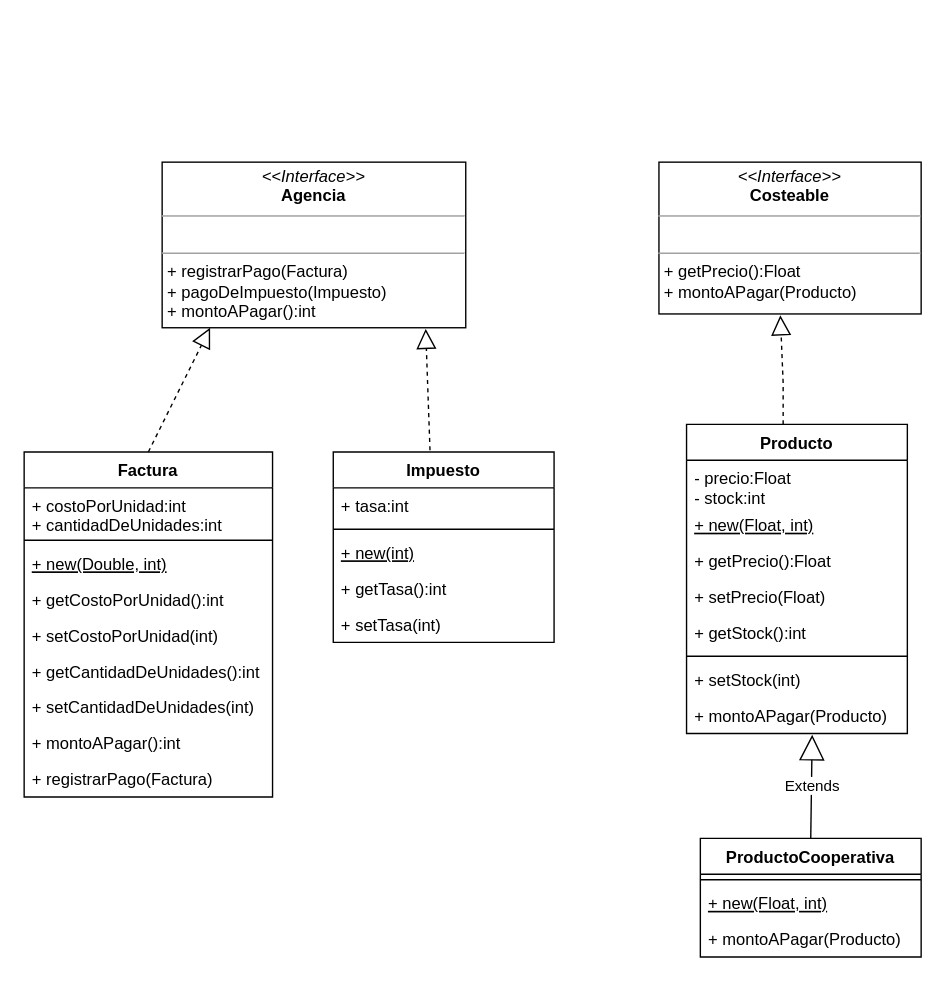
nhubczyk/Diagramas-UML keeps this draw.io diagram as unq-po2-tp5-mercadoCentral.drawio. Above is the earlier version. Source tidied: cells renumbered, new cells numbered last; positions are measured from the earlier drawing's top-left corner, leaving out a move shared by most shapes. Both pictures are drawn from the tidied source at 138%, with x=0, y=0 at pixel (23, 161).
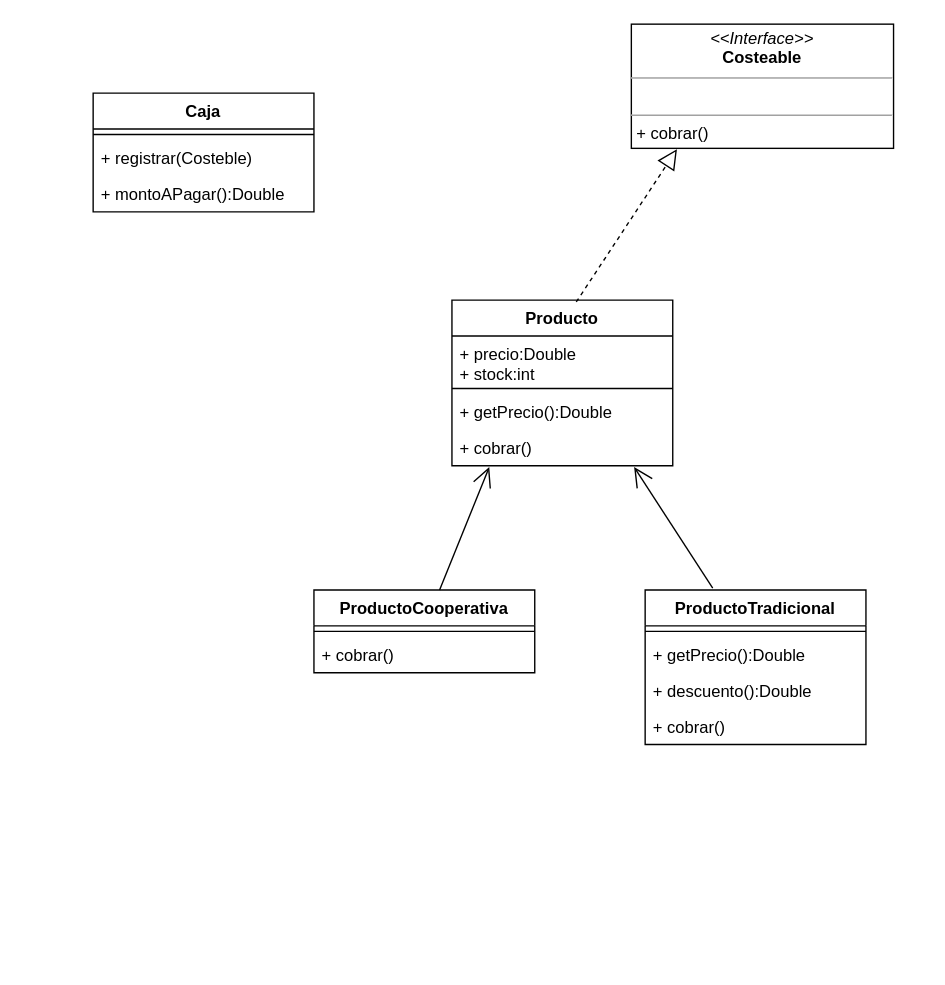
The same page after the edit.

What changed in the source:
```diff
@@
-    <mxCell id="2" value="Producto" style="swimlane;fontStyle=1;align=center;verticalAlign=top;horizontal=1;startSize=26;" parent="1" vertex="1">
-      <mxGeometry x="480" y="190" width="160" height="224" as="geometry" />
+    <mxCell id="2" value="Producto&#10;" style="swimlane;fontStyle=1;align=center;verticalAlign=top;horizontal=1;startSize=26;" parent="1" vertex="1">
+      <mxGeometry x="310" y="100" width="160" height="120" as="geometry" />
     </mxCell>
-    <mxCell id="3" value="- precio:Float&#10;- stock:int" style="text;strokeColor=none;fillColor=none;align=left;verticalAlign=top;spacingLeft=4;spacingRight=4;overflow=hidden;" parent="2" vertex="1">
-      <mxGeometry y="26" width="160" height="34" as="geometry" />
-    </mxCell>
-    <mxCell id="4" value="+ new(Float, int)" style="text;strokeColor=none;fillColor=none;align=left;verticalAlign=top;spacingLeft=4;spacingRight=4;overflow=hidden;fontStyle=4;" parent="2" vertex="1">
-      <mxGeometry y="60" width="160" height="26" as="geometry" />
-    </mxCell>
-    <mxCell id="5" value="+ getPrecio():Float" style="text;strokeColor=none;fillColor=none;align=left;verticalAlign=top;spacingLeft=4;spacingRight=4;overflow=hidden;fontStyle=0;" parent="2" vertex="1">
-      <mxGeometry y="86" width="160" height="26" as="geometry" />
-    </mxCell>
-    <mxCell id="6" value="+ setPrecio(Float)" style="text;strokeColor=none;fillColor=none;align=left;verticalAlign=top;spacingLeft=4;spacingRight=4;overflow=hidden;fontStyle=0;" parent="2" vertex="1">
-      <mxGeometry y="112" width="160" height="26" as="geometry" />
-    </mxCell>
-    <mxCell id="7" value="+ getStock():int" style="text;strokeColor=none;fillColor=none;align=left;verticalAlign=top;spacingLeft=4;spacingRight=4;overflow=hidden;fontStyle=0;" parent="2" vertex="1">
-      <mxGeometry y="138" width="160" height="26" as="geometry" />
-    </mxCell>
-    <mxCell id="8" style="line;strokeWidth=1;fillColor=none;align=left;verticalAlign=middle;spacingTop=-1;spacingLeft=3;spacingRight=3;labelPosition=right;strokeColor=inherit;" parent="2" vertex="1">
-      <mxGeometry y="164" width="160" height="8" as="geometry" />
-    </mxCell>
-    <mxCell id="9" value="+ setStock(int)" style="text;strokeColor=none;fillColor=none;align=left;verticalAlign=top;spacingLeft=4;spacingRight=4;overflow=hidden;fontStyle=0;" parent="2" vertex="1">
-      <mxGeometry y="172" width="160" height="26" as="geometry" />
-    </mxCell>
-    <mxCell id="10" value="+ montoAPagar(Producto)" style="text;strokeColor=none;fillColor=none;align=left;verticalAlign=top;spacingLeft=4;spacingRight=4;overflow=hidden;points=[[0,0.5],[1,0.5]];portConstraint=eastwest;fontStyle=0;" parent="2" vertex="1">
-      <mxGeometry y="198" width="160" height="26" as="geometry" />
-    </mxCell>
+    <mxCell id="37" value="+ precio:Double&#10;+ stock:int" style="text;strokeColor=none;fillColor=none;align=left;verticalAlign=top;spacingLeft=4;spacingRight=4;overflow=hidden;" parent="2" vertex="1">
+      <mxGeometry y="26" width="160" height="34" as="geometry" />
+    </mxCell>
+    <mxCell id="38" style="line;strokeWidth=1;fillColor=none;align=left;verticalAlign=middle;spacingTop=-1;spacingLeft=3;spacingRight=3;labelPosition=right;strokeColor=inherit;" parent="2" vertex="1">
+      <mxGeometry y="60" width="160" height="8" as="geometry" />
+    </mxCell>
+    <mxCell id="39" value="+ getPrecio():Double" style="text;strokeColor=none;fillColor=none;align=left;verticalAlign=top;spacingLeft=4;spacingRight=4;overflow=hidden;" parent="2" vertex="1">
+      <mxGeometry y="68" width="160" height="26" as="geometry" />
+    </mxCell>
+    <mxCell id="40" value="+ cobrar()" style="text;strokeColor=none;fillColor=none;align=left;verticalAlign=top;spacingLeft=4;spacingRight=4;overflow=hidden;points=[[0,0.5],[1,0.5]];portConstraint=eastwest;" parent="2" vertex="1">
+      <mxGeometry y="94" width="160" height="26" as="geometry" />
+    </mxCell>
+    <mxCell id="41" value="ProductoTradicional" style="swimlane;fontStyle=1;align=center;verticalAlign=top;horizontal=1;startSize=26;" parent="1" vertex="1">
+      <mxGeometry x="450" y="310" width="160" height="112" as="geometry" />
+    </mxCell>
+    <mxCell id="42" style="line;strokeWidth=1;fillColor=none;align=left;verticalAlign=middle;spacingTop=-1;spacingLeft=3;spacingRight=3;labelPosition=right;strokeColor=inherit;" parent="41" vertex="1">
+      <mxGeometry y="26" width="160" height="8" as="geometry" />
+    </mxCell>
+    <mxCell id="43" value="+ getPrecio():Double" style="text;strokeColor=none;fillColor=none;align=left;verticalAlign=top;spacingLeft=4;spacingRight=4;overflow=hidden;" parent="41" vertex="1">
+      <mxGeometry y="34" width="160" height="26" as="geometry" />
+    </mxCell>
+    <mxCell id="44" value="+ descuento():Double" style="text;strokeColor=none;fillColor=none;align=left;verticalAlign=top;spacingLeft=4;spacingRight=4;overflow=hidden;" parent="41" vertex="1">
+      <mxGeometry y="60" width="160" height="26" as="geometry" />
+    </mxCell>
+    <mxCell id="45" value="+ cobrar()" style="text;strokeColor=none;fillColor=none;align=left;verticalAlign=top;spacingLeft=4;spacingRight=4;overflow=hidden;" parent="41" vertex="1">
+      <mxGeometry y="86" width="160" height="26" as="geometry" />
+    </mxCell>
     <mxCell id="11" value="ProductoCooperativa" style="swimlane;fontStyle=1;align=center;verticalAlign=top;horizontal=1;startSize=26;" parent="1" vertex="1">
-      <mxGeometry x="490" y="490" width="160" height="86" as="geometry" />
+      <mxGeometry x="210" y="310" width="160" height="60" as="geometry" />
     </mxCell>
-    <mxCell id="12" style="line;strokeWidth=1;fillColor=none;align=left;verticalAlign=middle;spacingTop=-1;spacingLeft=3;spacingRight=3;labelPosition=right;strokeColor=inherit;" parent="11" vertex="1">
-      <mxGeometry y="26" width="160" height="8" as="geometry" />
-    </mxCell>
-    <mxCell id="13" value="+ new(Float, int)" style="text;strokeColor=none;fillColor=none;align=left;verticalAlign=top;spacingLeft=4;spacingRight=4;overflow=hidden;fontStyle=4;" parent="11" vertex="1">
-      <mxGeometry y="34" width="160" height="26" as="geometry" />
-    </mxCell>
-    <mxCell id="14" value="+ montoAPagar(Producto)" style="text;strokeColor=none;fillColor=none;align=left;verticalAlign=top;spacingLeft=4;spacingRight=4;overflow=hidden;fontStyle=0;" parent="11" vertex="1">
-      <mxGeometry y="60" width="160" height="26" as="geometry" />
-    </mxCell>
-    <mxCell id="15" value="Extends" style="endArrow=block;endSize=16;endFill=0;html=1;rounded=0;exitX=0.5;exitY=0;exitDx=0;exitDy=0;exitPerimeter=0;entryX=0.569;entryY=1.038;entryDx=0;entryDy=0;entryPerimeter=0;" parent="1" edge="1" source="11" target="10">
-      <mxGeometry relative="1" as="geometry" />
-    </mxCell>
-    <mxCell id="16" value="&lt;p style=&quot;margin:0px;margin-top:4px;text-align:center;&quot;&gt;&lt;i&gt;&amp;lt;&amp;lt;Interface&amp;gt;&amp;gt;&lt;/i&gt;&lt;br&gt;&lt;b&gt;Agencia&lt;/b&gt;&lt;/p&gt;&lt;hr size=&quot;1&quot;&gt;&lt;p style=&quot;margin:0px;margin-left:4px;&quot;&gt;&lt;br&gt;&lt;/p&gt;&lt;hr size=&quot;1&quot;&gt;&lt;p style=&quot;margin:0px;margin-left:4px;&quot;&gt;+ registrarPago(Factura)&lt;/p&gt;&lt;p style=&quot;margin:0px;margin-left:4px;&quot;&gt;+ pagoDeImpuesto(Impuesto)&lt;/p&gt;&lt;p style=&quot;margin:0px;margin-left:4px;&quot;&gt;+ montoAPagar():int&lt;br&gt;&lt;br&gt;&lt;/p&gt;" style="verticalAlign=top;align=left;overflow=fill;fontSize=12;fontFamily=Helvetica;html=1;" parent="1" vertex="1">
-      <mxGeometry x="100" width="220" height="120" as="geometry" />
-    </mxCell>
-    <mxCell id="17" value="Factura" style="swimlane;fontStyle=1;align=center;verticalAlign=top;horizontal=1;startSize=26;" parent="1" vertex="1">
-      <mxGeometry y="210" width="180" height="250" as="geometry" />
-    </mxCell>
-    <mxCell id="18" value="+ costoPorUnidad:int&#10;+ cantidadDeUnidades:int&#10;" style="text;strokeColor=none;fillColor=none;align=left;verticalAlign=top;spacingLeft=4;spacingRight=4;overflow=hidden;" parent="17" vertex="1">
-      <mxGeometry y="26" width="180" height="34" as="geometry" />
-    </mxCell>
-    <mxCell id="19" style="line;strokeWidth=1;fillColor=none;align=left;verticalAlign=middle;spacingTop=-1;spacingLeft=3;spacingRight=3;labelPosition=right;strokeColor=inherit;" parent="17" vertex="1">
-      <mxGeometry y="60" width="180" height="8" as="geometry" />
-    </mxCell>
-    <mxCell id="20" value="+ new(Double, int)" style="text;strokeColor=none;fillColor=none;align=left;verticalAlign=top;spacingLeft=4;spacingRight=4;overflow=hidden;fontStyle=4;" parent="17" vertex="1">
-      <mxGeometry y="68" width="180" height="26" as="geometry" />
-    </mxCell>
-    <mxCell id="21" value="+ getCostoPorUnidad():int&#10;" style="text;strokeColor=none;fillColor=none;align=left;verticalAlign=top;spacingLeft=4;spacingRight=4;overflow=hidden;" parent="17" vertex="1">
-      <mxGeometry y="94" width="180" height="26" as="geometry" />
-    </mxCell>
-    <mxCell id="22" value="+ setCostoPorUnidad(int)&#10;" style="text;strokeColor=none;fillColor=none;align=left;verticalAlign=top;spacingLeft=4;spacingRight=4;overflow=hidden;" parent="17" vertex="1">
-      <mxGeometry y="120" width="180" height="26" as="geometry" />
-    </mxCell>
-    <mxCell id="23" value="+ getCantidadDeUnidades():int&#10;" style="text;strokeColor=none;fillColor=none;align=left;verticalAlign=top;spacingLeft=4;spacingRight=4;overflow=hidden;" parent="17" vertex="1">
-      <mxGeometry y="146" width="180" height="26" as="geometry" />
-    </mxCell>
-    <mxCell id="24" value="+ setCantidadDeUnidades(int)&#10;" style="text;strokeColor=none;fillColor=none;align=left;verticalAlign=top;spacingLeft=4;spacingRight=4;overflow=hidden;" parent="17" vertex="1">
-      <mxGeometry y="172" width="180" height="26" as="geometry" />
-    </mxCell>
-    <mxCell id="25" value="+ montoAPagar():int" style="text;strokeColor=none;fillColor=none;align=left;verticalAlign=top;spacingLeft=4;spacingRight=4;overflow=hidden;" parent="17" vertex="1">
-      <mxGeometry y="198" width="180" height="26" as="geometry" />
-    </mxCell>
-    <mxCell id="26" value="+ registrarPago(Factura)" style="text;strokeColor=none;fillColor=none;align=left;verticalAlign=top;spacingLeft=4;spacingRight=4;overflow=hidden;" parent="17" vertex="1">
-      <mxGeometry y="224" width="180" height="26" as="geometry" />
-    </mxCell>
-    <mxCell id="27" style="endArrow=block;dashed=1;endFill=0;endSize=12;html=1;rounded=0;entryX=0.158;entryY=1;entryDx=0;entryDy=0;entryPerimeter=0;exitX=0.5;exitY=0;exitDx=0;exitDy=0;" parent="1" edge="1" source="17" target="16">
-      <mxGeometry relative="1" as="geometry" />
-    </mxCell>
-    <mxCell id="28" style="endArrow=block;dashed=1;endFill=0;endSize=12;html=1;rounded=0;exitX=0.588;exitY=-0.017;exitDx=0;exitDy=0;exitPerimeter=0;entryX=0.868;entryY=1.007;entryDx=0;entryDy=0;entryPerimeter=0;" parent="1" edge="1" target="16">
-      <mxGeometry relative="1" as="geometry">
-        <mxPoint x="294.1" y="208.8" as="sourcePoint" />
-      </mxGeometry>
-    </mxCell>
-    <mxCell id="29" value="Impuesto" style="swimlane;fontStyle=1;align=center;verticalAlign=top;horizontal=1;startSize=26;" parent="1" vertex="1">
-      <mxGeometry x="224" y="210" width="160" height="138" as="geometry" />
-    </mxCell>
-    <mxCell id="30" value="+ tasa:int" style="text;strokeColor=none;fillColor=none;align=left;verticalAlign=top;spacingLeft=4;spacingRight=4;overflow=hidden;" parent="29" vertex="1">
-      <mxGeometry y="26" width="160" height="26" as="geometry" />
-    </mxCell>
-    <mxCell id="31" style="line;strokeWidth=1;fillColor=none;align=left;verticalAlign=middle;spacingTop=-1;spacingLeft=3;spacingRight=3;labelPosition=right;strokeColor=inherit;" parent="29" vertex="1">
-      <mxGeometry y="52" width="160" height="8" as="geometry" />
-    </mxCell>
-    <mxCell id="32" value="+ new(int)" style="text;strokeColor=none;fillColor=none;align=left;verticalAlign=top;spacingLeft=4;spacingRight=4;overflow=hidden;fontStyle=4;" parent="29" vertex="1">
-      <mxGeometry y="60" width="160" height="26" as="geometry" />
-    </mxCell>
-    <mxCell id="33" value="+ getTasa():int" style="text;strokeColor=none;fillColor=none;align=left;verticalAlign=top;spacingLeft=4;spacingRight=4;overflow=hidden;" parent="29" vertex="1">
-      <mxGeometry y="86" width="160" height="26" as="geometry" />
-    </mxCell>
-    <mxCell id="34" value="+ setTasa(int)" style="text;strokeColor=none;fillColor=none;align=left;verticalAlign=top;spacingLeft=4;spacingRight=4;overflow=hidden;" parent="29" vertex="1">
-      <mxGeometry y="112" width="160" height="26" as="geometry" />
-    </mxCell>
-    <mxCell id="35" value="&lt;p style=&quot;margin:0px;margin-top:4px;text-align:center;&quot;&gt;&lt;i&gt;&amp;lt;&amp;lt;Interface&amp;gt;&amp;gt;&lt;/i&gt;&lt;br&gt;&lt;b&gt;Costeable&lt;/b&gt;&lt;/p&gt;&lt;hr size=&quot;1&quot;&gt;&lt;p style=&quot;margin:0px;margin-left:4px;&quot;&gt;&lt;br&gt;&lt;/p&gt;&lt;hr size=&quot;1&quot;&gt;&lt;p style=&quot;margin:0px;margin-left:4px;&quot;&gt;+ getPrecio():Float&lt;/p&gt;&lt;p style=&quot;margin:0px;margin-left:4px;&quot;&gt;+ montoAPagar(Producto)&lt;/p&gt;" style="verticalAlign=top;align=left;overflow=fill;fontSize=12;fontFamily=Helvetica;html=1;" parent="1" vertex="1">
-      <mxGeometry x="460" width="190" height="110" as="geometry" />
-    </mxCell>
-    <mxCell id="36" style="endArrow=block;dashed=1;endFill=0;endSize=12;html=1;rounded=0;entryX=0.463;entryY=1.009;entryDx=0;entryDy=0;entryPerimeter=0;" parent="1" edge="1" target="35">
-      <mxGeometry relative="1" as="geometry">
-        <mxPoint x="550" y="190" as="sourcePoint" />
-        <Array as="points">
-          <mxPoint x="550" y="160" />
-        </Array>
-      </mxGeometry>
-    </mxCell>
+    <mxCell id="46" style="line;strokeWidth=1;fillColor=none;align=left;verticalAlign=middle;spacingTop=-1;spacingLeft=3;spacingRight=3;labelPosition=right;strokeColor=inherit;" parent="11" vertex="1">
+      <mxGeometry y="26" width="160" height="8" as="geometry" />
+    </mxCell>
+    <mxCell id="47" value="+ cobrar()" style="text;strokeColor=none;fillColor=none;align=left;verticalAlign=top;spacingLeft=4;spacingRight=4;overflow=hidden;" parent="11" vertex="1">
+      <mxGeometry y="34" width="160" height="26" as="geometry" />
+    </mxCell>
+    <mxCell id="48" style="endArrow=open;endFill=1;endSize=12;html=1;rounded=0;exitX=0.569;exitY=0;exitDx=0;exitDy=0;exitPerimeter=0;entryX=0.169;entryY=1.038;entryDx=0;entryDy=0;entryPerimeter=0;" parent="1" edge="1" source="11" target="40">
+      <mxGeometry relative="1" as="geometry" />
+    </mxCell>
+    <mxCell id="49" style="endArrow=open;endFill=1;endSize=12;html=1;rounded=0;exitX=0.306;exitY=-0.012;exitDx=0;exitDy=0;exitPerimeter=0;entryX=0.825;entryY=1.038;entryDx=0;entryDy=0;entryPerimeter=0;" parent="1" edge="1" source="41" target="40">
+      <mxGeometry relative="1" as="geometry" />
+    </mxCell>
+    <mxCell id="50" value="&lt;p style=&quot;margin:0px;margin-top:4px;text-align:center;&quot;&gt;&lt;i&gt;&amp;lt;&amp;lt;Interface&amp;gt;&amp;gt;&lt;/i&gt;&lt;br&gt;&lt;b&gt;Costeable&lt;/b&gt;&lt;/p&gt;&lt;hr size=&quot;1&quot;&gt;&lt;p style=&quot;margin:0px;margin-left:4px;&quot;&gt;&lt;br&gt;&lt;/p&gt;&lt;hr size=&quot;1&quot;&gt;&lt;p style=&quot;margin:0px;margin-left:4px;&quot;&gt;+ cobrar()&lt;/p&gt;" style="verticalAlign=top;align=left;overflow=fill;fontSize=12;fontFamily=Helvetica;html=1;" parent="1" vertex="1">
+      <mxGeometry x="440" y="-100" width="190" height="90" as="geometry" />
+    </mxCell>
+    <mxCell id="51" value="Caja" style="swimlane;fontStyle=1;align=center;verticalAlign=top;horizontal=1;startSize=26;" parent="1" vertex="1">
+      <mxGeometry x="50" y="-50" width="160" height="86" as="geometry" />
+    </mxCell>
+    <mxCell id="52" style="line;strokeWidth=1;fillColor=none;align=left;verticalAlign=middle;spacingTop=-1;spacingLeft=3;spacingRight=3;labelPosition=right;strokeColor=inherit;" parent="51" vertex="1">
+      <mxGeometry y="26" width="160" height="8" as="geometry" />
+    </mxCell>
+    <mxCell id="53" value="+ registrar(Costeble)" style="text;strokeColor=none;fillColor=none;align=left;verticalAlign=top;spacingLeft=4;spacingRight=4;overflow=hidden;" parent="51" vertex="1">
+      <mxGeometry y="34" width="160" height="26" as="geometry" />
+    </mxCell>
+    <mxCell id="54" value="+ montoAPagar():Double" style="text;strokeColor=none;fillColor=none;align=left;verticalAlign=top;spacingLeft=4;spacingRight=4;overflow=hidden;" parent="51" vertex="1">
+      <mxGeometry y="60" width="160" height="26" as="geometry" />
+    </mxCell>
+    <mxCell id="55" style="endArrow=block;dashed=1;endFill=0;endSize=12;html=1;rounded=0;exitX=0.563;exitY=0.011;exitDx=0;exitDy=0;exitPerimeter=0;entryX=0.174;entryY=1.007;entryDx=0;entryDy=0;entryPerimeter=0;" parent="1" edge="1" source="2" target="50">
+      <mxGeometry relative="1" as="geometry" />
+    </mxCell>
```
